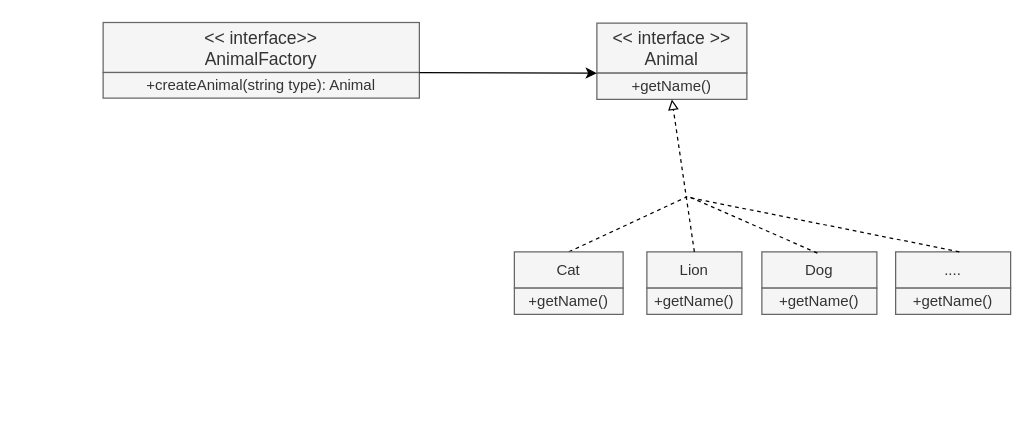
Before: Untitled Diagram.drawio in quoctrung163/diagram, a draw.io diagram. Source tidied: cells renumbered, new cells numbered last; positions are measured from the earlier drawing's top-left corner, leaving out a move shared by most shapes. Both pictures are drawn from the tidied source at 125%, with x=0, y=0 at pixel (102, 22).
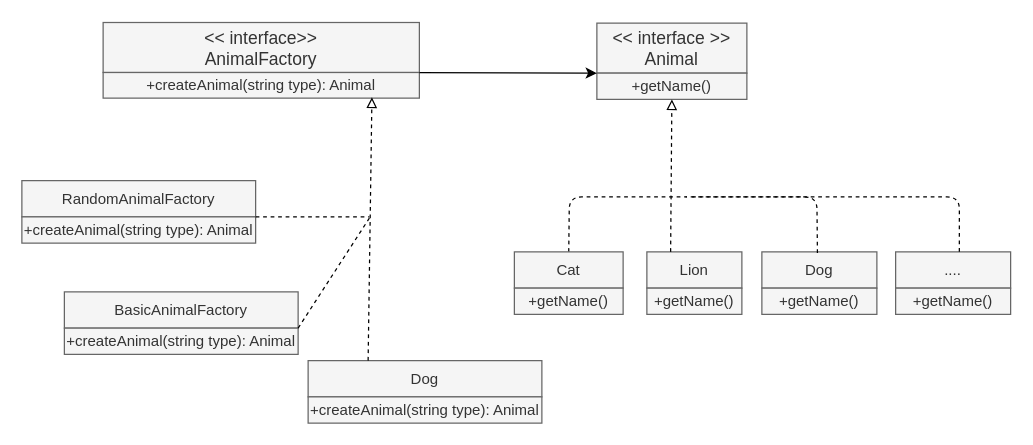
After the change.

Unchanged cells that the change refers to:
```xml
<mxCell id="4" value="Cat" style="rounded=0;whiteSpace=wrap;html=1;fillColor=#f5f5f5;strokeColor=#666666;fontColor=#333333;" parent="1" vertex="1">
  <mxGeometry x="329" y="183" width="87" height="29" as="geometry" />
</mxCell>
<mxCell id="5" value="+getName()" style="rounded=0;whiteSpace=wrap;html=1;fillColor=#f5f5f5;strokeColor=#666666;fontColor=#333333;" parent="1" vertex="1">
  <mxGeometry x="395" y="40" width="120" height="21" as="geometry" />
</mxCell>
<mxCell id="7" value="Lion" style="rounded=0;whiteSpace=wrap;html=1;fillColor=#f5f5f5;strokeColor=#666666;fontColor=#333333;" parent="1" vertex="1">
  <mxGeometry x="435" y="183" width="76" height="29" as="geometry" />
</mxCell>
<mxCell id="10" value="Dog" style="rounded=0;whiteSpace=wrap;html=1;fillColor=#f5f5f5;strokeColor=#666666;fontColor=#333333;" parent="1" vertex="1">
  <mxGeometry x="527" y="183" width="92" height="29" as="geometry" />
</mxCell>
<mxCell id="14" value="+createAnimal(string type): Animal" style="rounded=0;whiteSpace=wrap;html=1;fillColor=#f5f5f5;strokeColor=#666666;fontColor=#333333;" parent="1" vertex="1">
  <mxGeometry y="39.5" width="253" height="20.5" as="geometry" />
</mxCell>
<mxCell id="15" value="...." style="rounded=0;whiteSpace=wrap;html=1;fillColor=#f5f5f5;strokeColor=#666666;fontColor=#333333;" parent="1" vertex="1">
  <mxGeometry x="634" y="183" width="92" height="29" as="geometry" />
</mxCell>
```

The edit, as a diff of the source:
```diff
@@
     <mxCell id="3" style="endArrow=none;html=1;rounded=1;dashed=1;endFill=0;exitX=0.5;exitY=0;exitDx=0;exitDy=0;jumpStyle=none;startSize=10;fontSize=11;labelBorderColor=none;" parent="1" edge="1" source="4">
       <mxGeometry relative="1" as="geometry">
         <mxPoint x="467" y="139" as="targetPoint" />
         <Array as="points">
+          <mxPoint x="373" y="139" />
           <mxPoint x="467" y="139" />
         </Array>
       </mxGeometry>
     </mxCell>
@@
-    <mxCell id="9" style="endArrow=block;html=1;rounded=1;dashed=1;endFill=0;jumpStyle=none;startSize=10;exitX=0.5;exitY=0;exitDx=0;exitDy=0;entryX=0.5;entryY=1;entryDx=0;entryDy=0;" parent="1" edge="1" source="7" target="5">
+    <mxCell id="9" style="endArrow=block;html=1;rounded=1;dashed=1;endFill=0;jumpStyle=none;startSize=10;exitX=0.25;exitY=0;exitDx=0;exitDy=0;entryX=0.5;entryY=1;entryDx=0;entryDy=0;" parent="1" edge="1" source="7" target="5">
       <mxGeometry relative="1" as="geometry" />
     </mxCell>
@@
     <mxCell id="12" style="endArrow=none;html=1;rounded=1;dashed=1;endFill=0;jumpStyle=none;startSize=10;exitX=0.483;exitY=0.034;exitDx=0;exitDy=0;exitPerimeter=0;" parent="1" edge="1" source="10">
       <mxGeometry relative="1" as="geometry">
         <mxPoint x="469" y="139" as="targetPoint" />
         <Array as="points">
+          <mxPoint x="571" y="139" />
           <mxPoint x="469" y="139" />
         </Array>
       </mxGeometry>
     </mxCell>
@@
     <mxCell id="18" style="endArrow=none;dashed=1;html=1;fontSize=11;exitX=0.554;exitY=-0.002;exitDx=0;exitDy=0;exitPerimeter=0;startSize=10;endFill=0;" parent="1" edge="1" source="15">
       <mxGeometry relative="1" as="geometry">
         <mxPoint x="466" y="139" as="targetPoint" />
+        <Array as="points">
+          <mxPoint x="685" y="139" />
+        </Array>
       </mxGeometry>
     </mxCell>
+    <mxCell id="19" value="RandomAnimalFactory" style="rounded=0;whiteSpace=wrap;html=1;fillColor=#f5f5f5;strokeColor=#666666;fontColor=#333333;" parent="1" vertex="1">
+      <mxGeometry x="-65" y="126" width="187" height="29" as="geometry" />
+    </mxCell>
+    <mxCell id="20" value="+createAnimal(string type): Animal" style="rounded=0;whiteSpace=wrap;html=1;fillColor=#f5f5f5;strokeColor=#666666;fontColor=#333333;" parent="1" vertex="1">
+      <mxGeometry x="-65" y="155" width="187" height="21" as="geometry" />
+    </mxCell>
+    <mxCell id="21" value="BasicAnimalFactory" style="rounded=0;whiteSpace=wrap;html=1;fillColor=#f5f5f5;strokeColor=#666666;fontColor=#333333;" parent="1" vertex="1">
+      <mxGeometry x="-31" y="215" width="187" height="29" as="geometry" />
+    </mxCell>
+    <mxCell id="22" value="Dog" style="rounded=0;whiteSpace=wrap;html=1;fillColor=#f5f5f5;strokeColor=#666666;fontColor=#333333;" parent="1" vertex="1">
+      <mxGeometry x="164" y="270" width="187" height="29" as="geometry" />
+    </mxCell>
+    <mxCell id="23" value="+createAnimal(string type): Animal" style="rounded=0;whiteSpace=wrap;html=1;fillColor=#f5f5f5;strokeColor=#666666;fontColor=#333333;" parent="1" vertex="1">
+      <mxGeometry x="-31" y="244" width="187" height="21" as="geometry" />
+    </mxCell>
+    <mxCell id="24" value="+createAnimal(string type): Animal" style="rounded=0;whiteSpace=wrap;html=1;fillColor=#f5f5f5;strokeColor=#666666;fontColor=#333333;" parent="1" vertex="1">
+      <mxGeometry x="164" y="299" width="187" height="21" as="geometry" />
+    </mxCell>
+    <mxCell id="25" style="endArrow=block;html=1;rounded=1;dashed=1;endFill=0;jumpStyle=none;startSize=10;exitX=0.25;exitY=0;exitDx=0;exitDy=0;entryX=0.85;entryY=0.97;entryDx=0;entryDy=0;entryPerimeter=0;" parent="1" edge="1" target="14">
+      <mxGeometry relative="1" as="geometry">
+        <mxPoint x="212" y="270" as="sourcePoint" />
+      </mxGeometry>
+    </mxCell>
+    <mxCell id="26" style="endArrow=none;dashed=1;html=1;fontSize=11;exitX=1;exitY=1;exitDx=0;exitDy=0;endFill=0;startSize=10;" parent="1" edge="1" source="19">
+      <mxGeometry relative="1" as="geometry">
+        <mxPoint x="213" y="155" as="targetPoint" />
+      </mxGeometry>
+    </mxCell>
+    <mxCell id="27" style="endArrow=none;dashed=1;html=1;fontSize=11;exitX=1;exitY=1;exitDx=0;exitDy=0;endFill=0;startSize=10;" parent="1" edge="1" source="21">
+      <mxGeometry relative="1" as="geometry">
+        <mxPoint x="213" y="156" as="targetPoint" />
+      </mxGeometry>
+    </mxCell>
```
